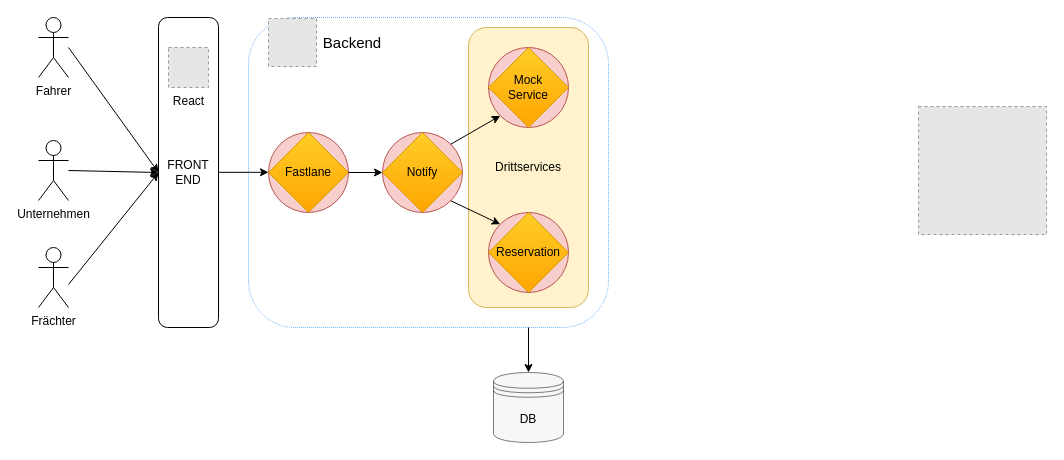
Before: public/img/architektur.drawio in Birnbaua/fastlane_ui, a draw.io diagram. Source tidied: cells renumbered, new cells numbered last; positions are measured from the earlier drawing's top-left corner, leaving out a move shared by most shapes. Both pictures are drawn from the tidied source at 100%, with x=0, y=0 at pixel (38, 17). Pictures stored in the file or linked from it are replaced by grey dashed boxes.
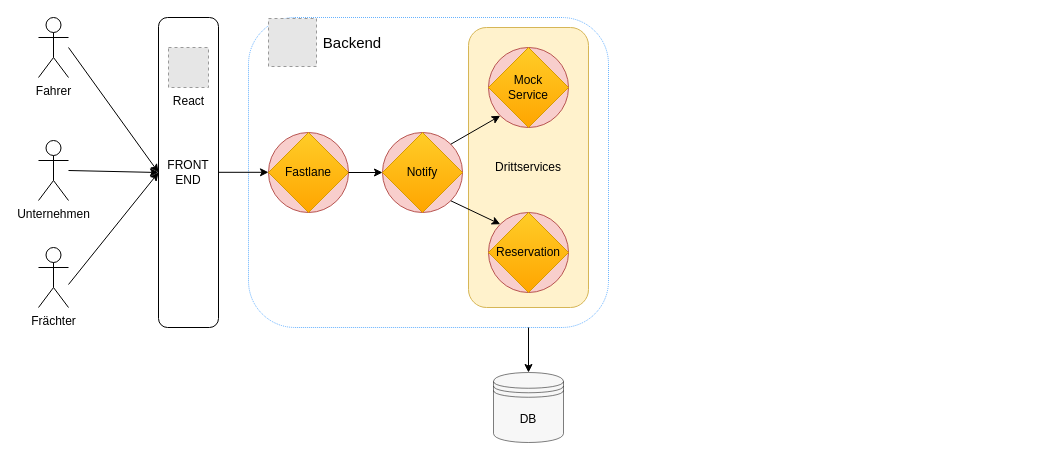
Above is the later version.

The edit, as a diff of the source:
```diff
@@
-    <mxCell id="4" style="fillColor=#E6E6E6;strokeColor=#999999;dashed=1;html=1;verticalAlign=top;verticalLabelPosition=bottom;labelBackgroundColor=#ffffff;" parent="1" vertex="1">
-      <mxGeometry x="880" y="89" width="128" height="128" as="geometry" />
-    </mxCell>
```
